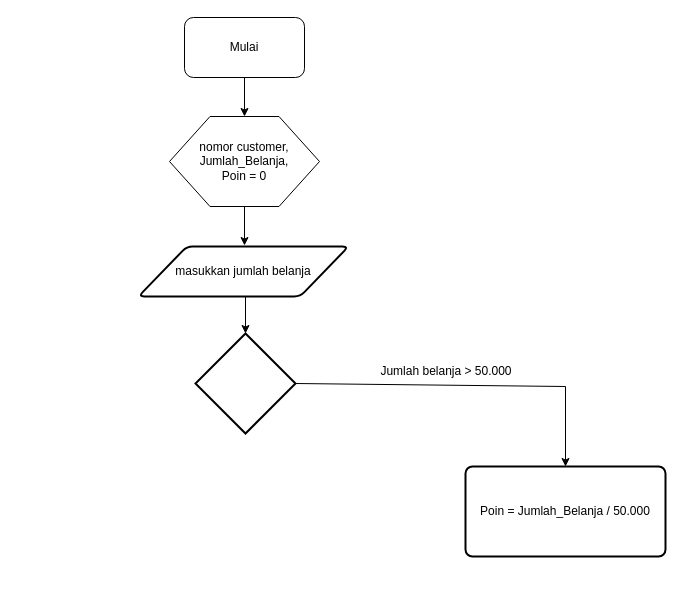
Earlier version of the draw.io diagram pretest day 1 sqa.drawio (pijaru/praktikumsqa). Source tidied: cells renumbered, new cells numbered last; positions are measured from the earlier drawing's top-left corner, leaving out a move shared by most shapes. Both pictures are drawn from the tidied source at 100%, with x=0, y=0 at pixel (138, 17).
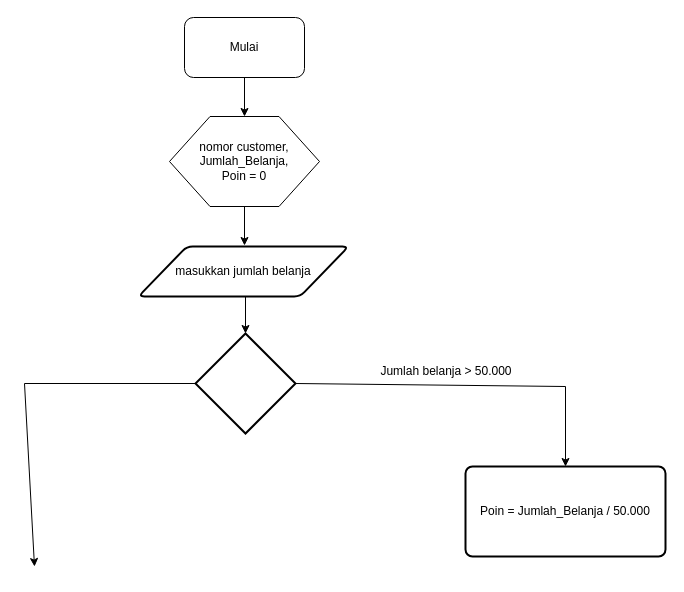
After the change.

The change refers to these unchanged cells:
```xml
<mxCell id="11" style="strokeWidth=2;html=1;shape=mxgraph.flowchart.decision;whiteSpace=wrap;" parent="1" vertex="1">
  <mxGeometry x="57" y="316" width="100" height="100" as="geometry" />
</mxCell>
```

Diff of the diagram source:
```diff
@@
+    <mxCell id="14" style="endArrow=classic;html=1;rounded=0;exitX=0;exitY=0.5;exitDx=0;exitDy=0;exitPerimeter=0;" parent="1" edge="1" source="11">
+      <mxGeometry relative="1" as="geometry">
+        <mxPoint x="-104" y="549" as="targetPoint" />
+        <Array as="points">
+          <mxPoint x="-114" y="366" />
+        </Array>
+      </mxGeometry>
+    </mxCell>
```
